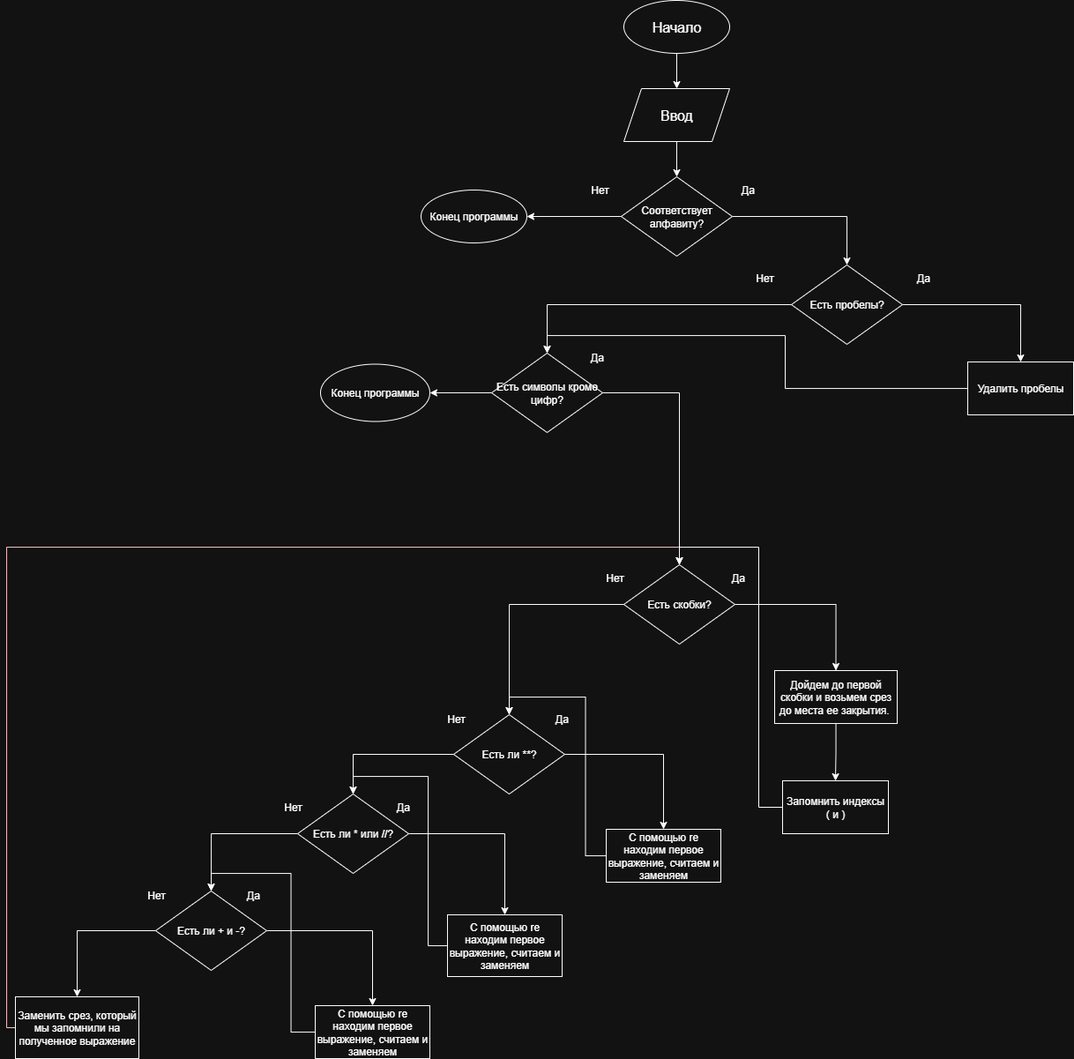
The draw.io diagram схема лаба 1.png in galanovaxxx/lab-1, before a commit. Source tidied: cells renumbered, new cells last; positions are measured from the earlier drawing's top-left corner, leaving out a move shared by most shapes.
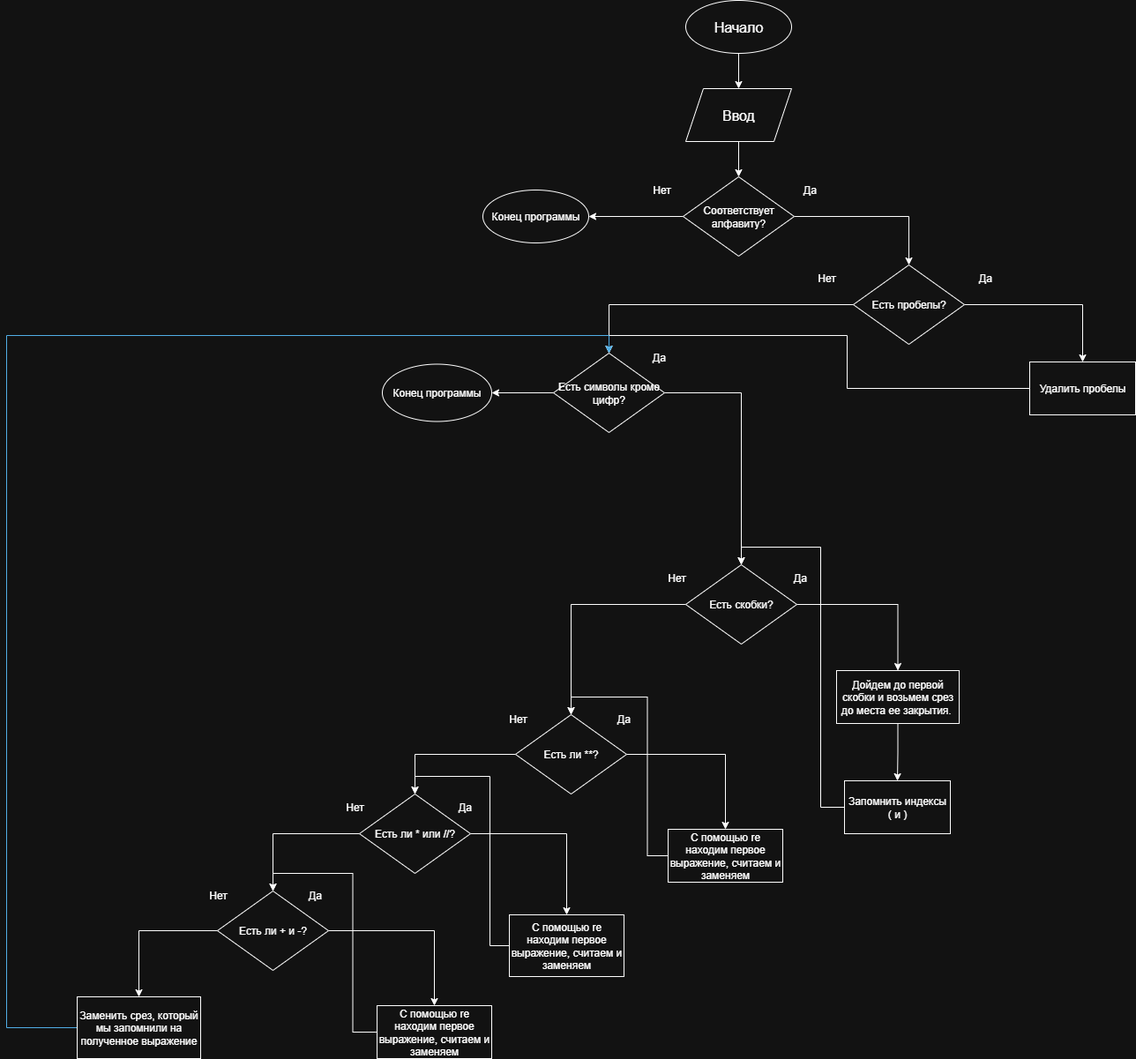
After the commit.

What changed in the source:
```diff
@@ -140,15 +140,15 @@
     <mxCell id="47" value="С помощью re находим первое выражение, считаем и заменяем" style="rounded=0;whiteSpace=wrap;html=1;" parent="1" vertex="1">
       <mxGeometry x="350" y="1140" width="130" height="60" as="geometry" />
     </mxCell>
-    <mxCell id="48" style="edgeStyle=orthogonalEdgeStyle;rounded=0;jettySize=auto;html=1;entryX=0.5;entryY=0;entryDx=0;entryDy=0;fillColor=#a20025;strokeColor=#6F0000;" parent="1" edge="1" source="49" target="17">
-      <mxGeometry relative="1" as="geometry">
-        <Array as="points">
-          <mxPoint y="1165" />
-          <mxPoint y="620" />
-          <mxPoint x="763" y="620" />
-        </Array>
-      </mxGeometry>
-    </mxCell>
+    <mxCell id="57" style="edgeStyle=orthogonalEdgeStyle;rounded=0;jettySize=auto;html=1;entryX=0.5;entryY=0;entryDx=0;entryDy=0;fillColor=#1ba1e2;strokeColor=#006EAF;" parent="1" edge="1" source="49" target="54">
+      <mxGeometry relative="1" as="geometry">
+        <Array as="points">
+          <mxPoint x="-70" y="1165" />
+          <mxPoint x="-70" y="380" />
+          <mxPoint x="613" y="380" />
+        </Array>
+      </mxGeometry>
+    </mxCell>
     <mxCell id="49" value="Заменить срез, который мы запомнили на полученное выражение" style="rounded=0;whiteSpace=wrap;html=1;" parent="1" vertex="1">
       <mxGeometry x="10" y="1130" width="140" height="70" as="geometry" />
     </mxCell>
```
